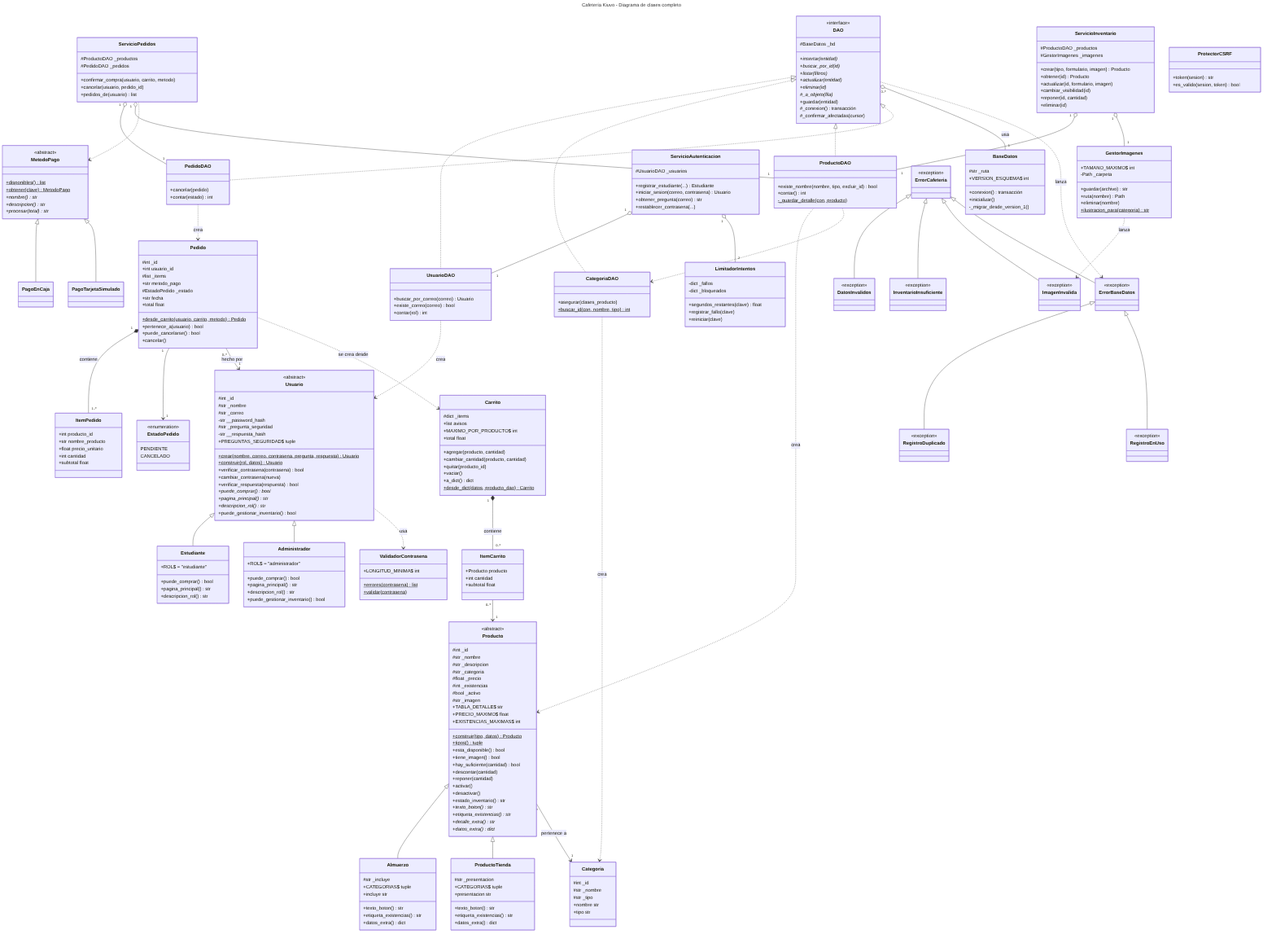
Earlier version of the Mermaid export docs/diagrama_clases.png (cristyelizabetth/cafeteria-kiuvo-poo). Its source is kept beside it as docs/diagrama_clases.mmd.
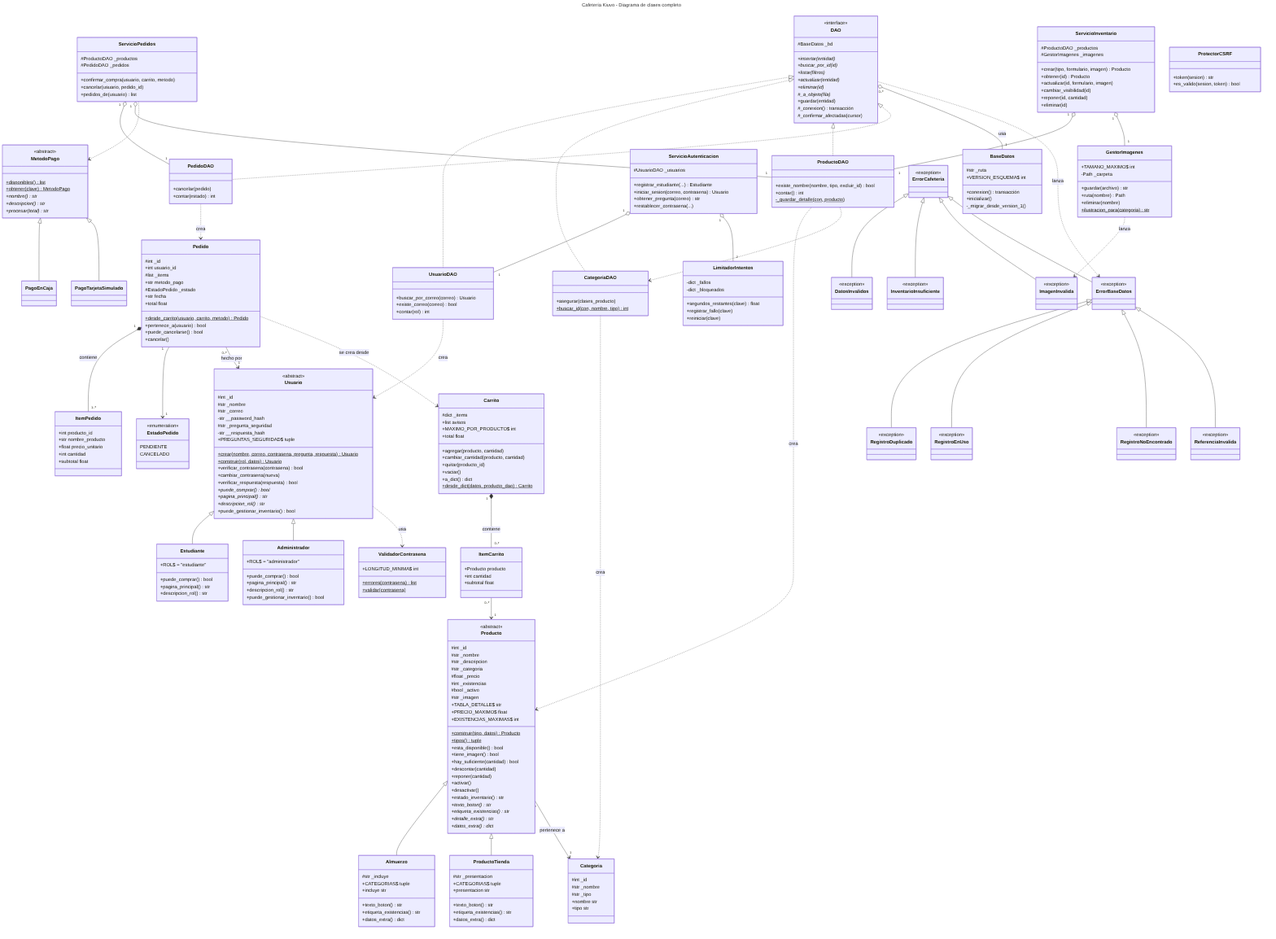
The same diagram one commit later.

Change to the diagram source:
```diff
@@ -287,10 +287,18 @@
     class RegistroEnUso {
         <<exception>>
     }
+    class RegistroNoEncontrado {
+        <<exception>>
+    }
+    class ReferenciaInvalida {
+        <<exception>>
+    }
     ErrorCafeteria <|-- DatosInvalidos
     ErrorCafeteria <|-- InventarioInsuficiente
     ErrorCafeteria <|-- ImagenInvalida
     ErrorCafeteria <|-- ErrorBaseDatos
     ErrorBaseDatos <|-- RegistroDuplicado
     ErrorBaseDatos <|-- RegistroEnUso
+    ErrorBaseDatos <|-- RegistroNoEncontrado
+    ErrorBaseDatos <|-- ReferenciaInvalida
     DAO ..> ErrorBaseDatos : lanza
```
